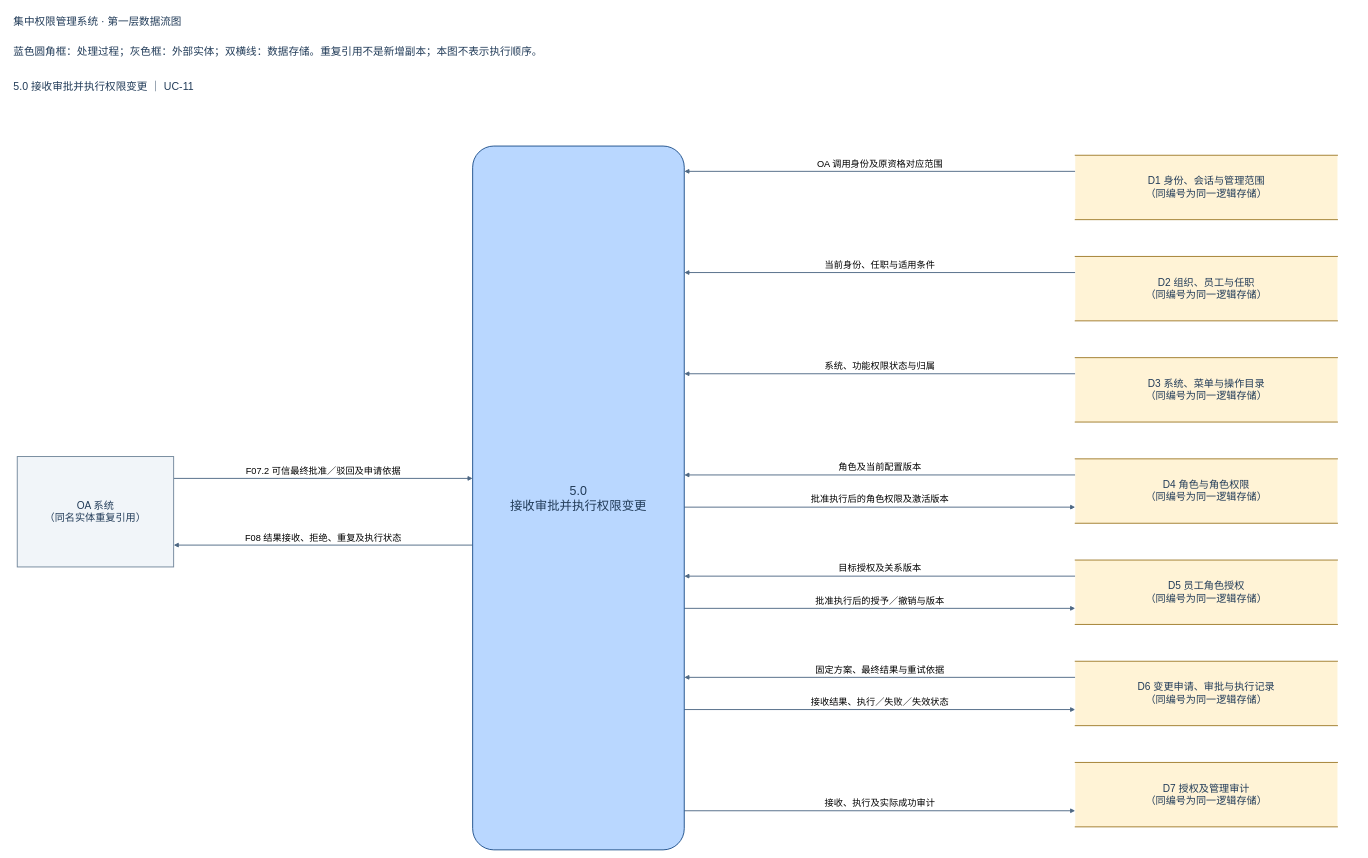
The draw.io diagram docs/dataflows-v1/P5_第一层分区.drawio in Noah-hope/RBAC-admin, before the edit. Source tidied: cells renumbered, new cells numbered last; positions are measured from the earlier drawing's top-left corner, leaving out a move shared by most shapes. Both pictures are drawn from the tidied source at 46%, with x=0, y=0 at pixel (8, 8).
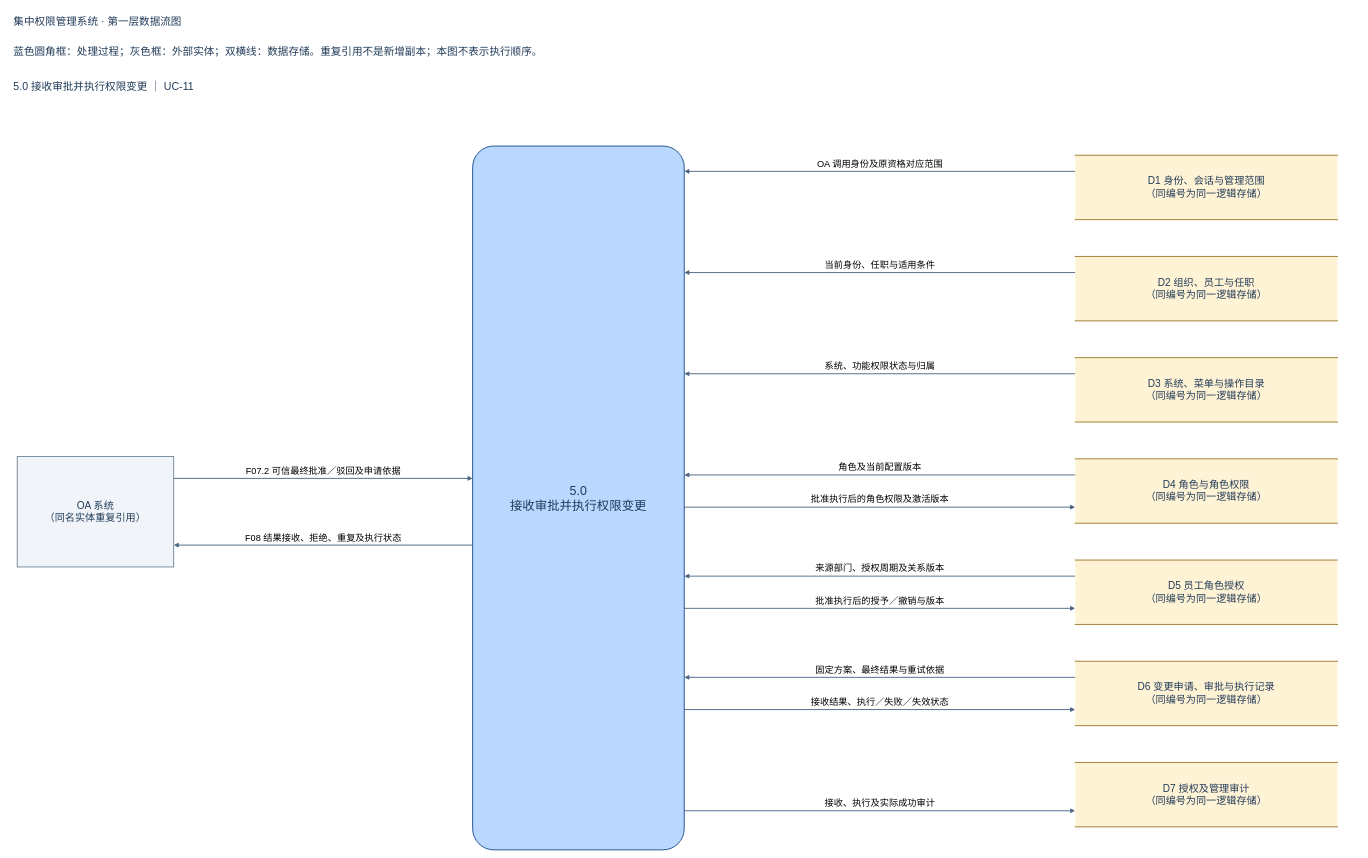
Above is the later version.

Unchanged cells that the change refers to:
```xml
<mxCell id="17" value="5.0&lt;br&gt;接收审批并执行权限变更" style="html=1;whiteSpace=wrap;fontFamily=Microsoft YaHei;fontSize=22;fontColor=#213b58;align=center;verticalAlign=middle;strokeWidth=2;spacing=12;rounded=1;arcSize=10;fillColor=#b9d7ff;strokeColor=#1c4e8a;fontSize=27;" parent="1" vertex="1">
  <mxGeometry x="1010" y="300" width="460" height="1530" as="geometry" />
</mxCell>
<mxCell id="23" value="D5  员工角色授权&lt;br&gt;（同编号为同一逻辑存储）" style="html=1;whiteSpace=wrap;fontFamily=Microsoft YaHei;fontSize=22;fontColor=#213b58;align=center;verticalAlign=middle;strokeWidth=2;spacing=12;shape=partialRectangle;left=0;right=0;top=1;bottom=1;fillColor=#fff3d6;strokeColor=#9f7b2a;" parent="1" vertex="1">
  <mxGeometry x="2320" y="1200" width="570" height="140" as="geometry" />
</mxCell>
```

What changed in the source:
```diff
@@
-    <mxCell id="12" value="目标授权及关系版本" style="html=1;edgeStyle=none;noEdgeStyle=1;rounded=0;curved=0;endArrow=block;endFill=1;strokeColor=#4d6783;strokeWidth=2;fontFamily=Microsoft YaHei;fontSize=20;labelBackgroundColor=#ffffff;exitX=0.0;exitY=0.25;entryX=1.0;entryY=0.6111111111111112;exitPerimeter=0;entryPerimeter=0;" parent="1" edge="1" source="23" target="17">
+    <mxCell id="12" value="来源部门、授权周期及关系版本" style="html=1;edgeStyle=none;noEdgeStyle=1;rounded=0;curved=0;endArrow=block;endFill=1;strokeColor=#4d6783;strokeWidth=2;fontFamily=Microsoft YaHei;fontSize=20;labelBackgroundColor=#ffffff;exitX=0.0;exitY=0.25;entryX=1.0;entryY=0.6111111111111112;exitPerimeter=0;entryPerimeter=0;" parent="1" edge="1" source="23" target="17">
       <mxGeometry relative="1" as="geometry">
         <mxPoint y="-18" as="offset" />
       </mxGeometry>
     </mxCell>
```
